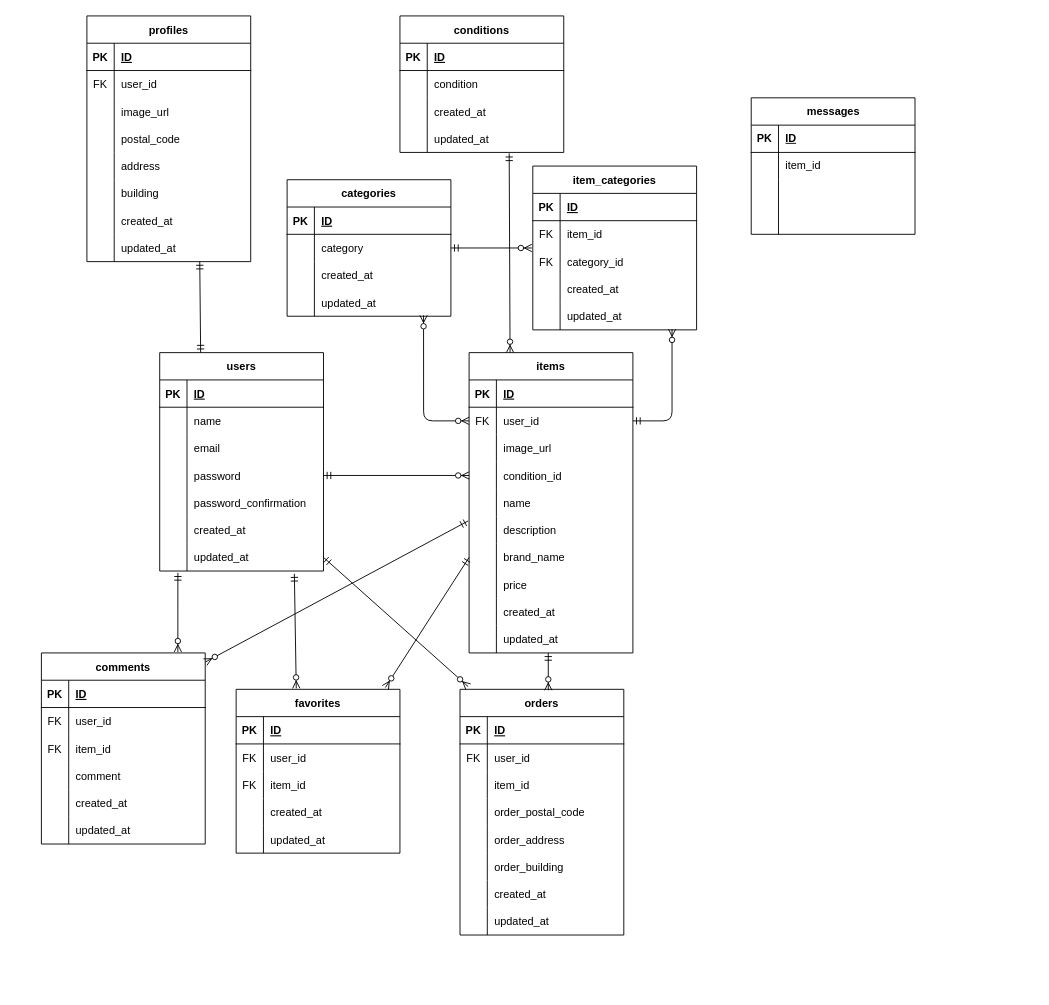
This is diagram.drawio from butterfly-39/mock_project1_20250127, a draw.io file, before an edit. Source tidied: cells renumbered, new cells numbered last; positions are measured from the earlier drawing's top-left corner, leaving out a move shared by most shapes. Both pictures are drawn from the tidied source at 91%, with x=0, y=0 at pixel (41, 15).
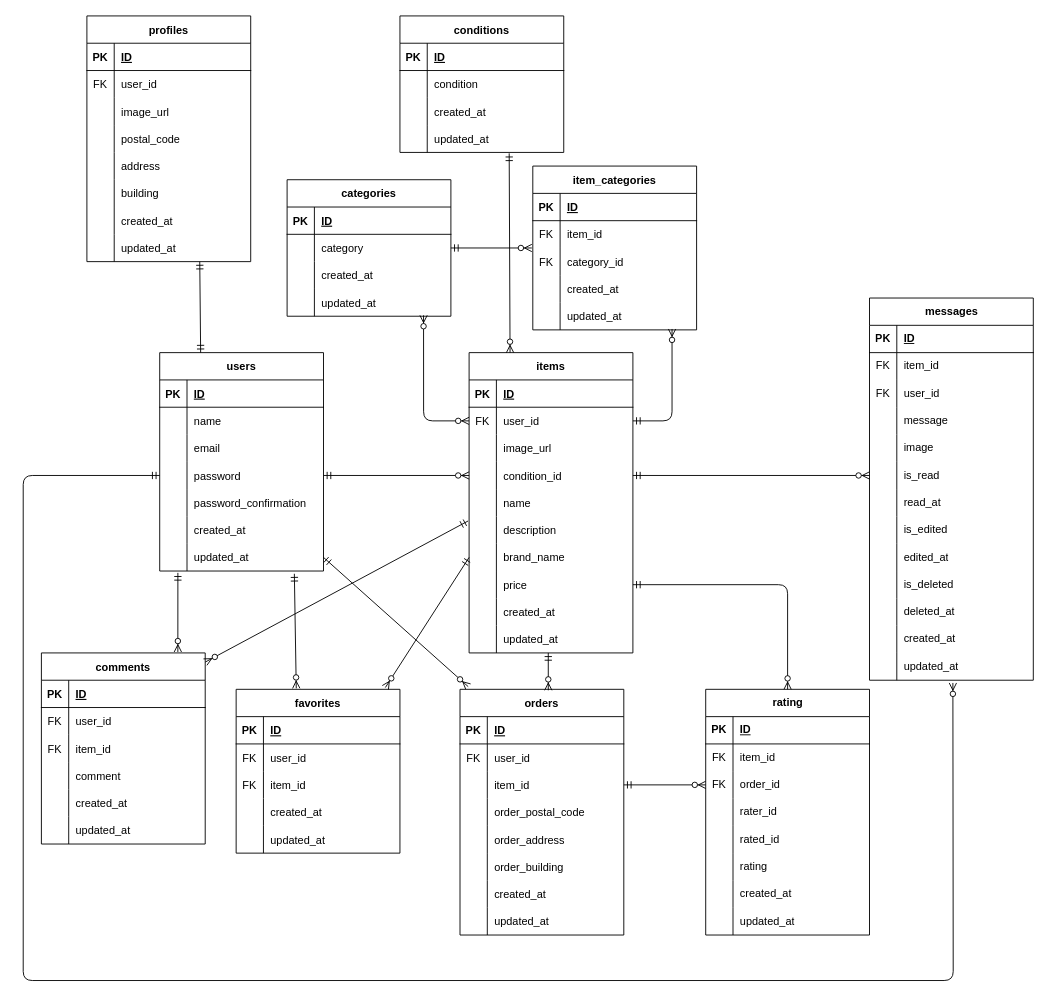
The same page after the edit.

Unchanged cells that the change refers to:
```xml
<mxCell id="9" style="shape=tableRow;horizontal=0;startSize=0;swimlaneHead=0;swimlaneBody=0;fillColor=none;points=[[0,0.5],[1,0.5]];portConstraint=eastwest;top=0;left=0;right=0;bottom=0;rounded=0;" parent="2" vertex="1">
  <mxGeometry y="90" width="180" height="30" as="geometry" />
</mxCell>
<mxCell id="72" style="shape=tableRow;horizontal=0;startSize=0;swimlaneHead=0;swimlaneBody=0;fillColor=none;points=[[0,0.5],[1,0.5]];portConstraint=eastwest;top=0;left=0;right=0;bottom=0;rounded=0;" parent="62" vertex="1">
  <mxGeometry y="120" width="180" height="30" as="geometry" />
</mxCell>
<mxCell id="84" style="shape=tableRow;horizontal=0;startSize=0;swimlaneHead=0;swimlaneBody=0;fillColor=none;points=[[0,0.5],[1,0.5]];portConstraint=eastwest;top=0;left=0;right=0;bottom=0;rounded=0;" parent="62" vertex="1">
  <mxGeometry y="240" width="180" height="30" as="geometry" />
</mxCell>
<mxCell id="129" style="shape=tableRow;horizontal=0;startSize=0;swimlaneHead=0;swimlaneBody=0;fillColor=none;points=[[0,0.5],[1,0.5]];portConstraint=eastwest;top=0;left=0;right=0;bottom=0;rounded=0;" parent="119" vertex="1">
  <mxGeometry y="120" width="180" height="30" as="geometry" />
</mxCell>
<mxCell id="198" style="shape=tableRow;horizontal=0;startSize=0;swimlaneHead=0;swimlaneBody=0;fillColor=none;top=0;left=0;right=0;bottom=0;" parent="194" vertex="1">
  <mxGeometry y="60" width="180" height="30" as="geometry" />
</mxCell>
<mxCell id="201" style="shape=tableRow;horizontal=0;startSize=0;swimlaneHead=0;swimlaneBody=0;fillColor=none;top=0;left=0;right=0;bottom=0;" parent="194" vertex="1">
  <mxGeometry y="90" width="180" height="30" as="geometry" />
</mxCell>
<mxCell id="204" style="shape=tableRow;horizontal=0;startSize=0;swimlaneHead=0;swimlaneBody=0;fillColor=none;top=0;left=0;right=0;bottom=0;" parent="194" vertex="1">
  <mxGeometry y="120" width="180" height="30" as="geometry" />
</mxCell>
```

What changed in the source:
```diff
@@
     <mxCell id="194" value="messages" style="shape=table;startSize=30;childLayout=tableLayout;rowLines=0;fontStyle=1;align=center;html=1;" parent="1" vertex="1">
-      <mxGeometry x="780" y="90" width="180" height="150" as="geometry" />
+      <mxGeometry x="910" y="310" width="180" height="420" as="geometry" />
     </mxCell>
@@
-    <mxCell id="199" style="shape=partialRectangle;fillColor=none;top=0;left=0;bottom=0;right=0;overflow=hidden;whiteSpace=wrap;html=1;" parent="198" vertex="1">
+    <mxCell id="199" value="FK" style="shape=partialRectangle;fillColor=none;top=0;left=0;bottom=0;right=0;overflow=hidden;whiteSpace=wrap;html=1;" parent="198" vertex="1">
       <mxGeometry width="30" height="30" as="geometry" />
     </mxCell>
@@
-    <mxCell id="202" style="shape=partialRectangle;fillColor=none;top=0;left=0;bottom=0;right=0;overflow=hidden;whiteSpace=wrap;html=1;" parent="201" vertex="1">
+    <mxCell id="202" value="FK" style="shape=partialRectangle;fillColor=none;top=0;left=0;bottom=0;right=0;overflow=hidden;whiteSpace=wrap;html=1;" parent="201" vertex="1">
       <mxGeometry width="30" height="30" as="geometry" />
     </mxCell>
-    <mxCell id="203" style="shape=partialRectangle;fillColor=none;top=0;left=0;bottom=0;right=0;align=left;spacingLeft=6;overflow=hidden;whiteSpace=wrap;html=1;" parent="201" vertex="1">
+    <mxCell id="203" value="user_id" style="shape=partialRectangle;fillColor=none;top=0;left=0;bottom=0;right=0;align=left;spacingLeft=6;overflow=hidden;whiteSpace=wrap;html=1;" parent="201" vertex="1">
       <mxGeometry x="30" width="150" height="30" as="geometry" />
     </mxCell>
@@
-    <mxCell id="206" style="shape=partialRectangle;fillColor=none;top=0;left=0;bottom=0;right=0;align=left;spacingLeft=6;overflow=hidden;whiteSpace=wrap;html=1;" parent="204" vertex="1">
+    <mxCell id="206" value="message" style="shape=partialRectangle;fillColor=none;top=0;left=0;bottom=0;right=0;align=left;spacingLeft=6;overflow=hidden;whiteSpace=wrap;html=1;" parent="204" vertex="1">
       <mxGeometry x="30" width="150" height="30" as="geometry" />
     </mxCell>
+    <mxCell id="207" style="shape=tableRow;horizontal=0;startSize=0;swimlaneHead=0;swimlaneBody=0;fillColor=none;top=0;left=0;right=0;bottom=0;" parent="194" vertex="1">
+      <mxGeometry y="150" width="180" height="30" as="geometry" />
+    </mxCell>
+    <mxCell id="208" style="shape=partialRectangle;fillColor=none;top=0;left=0;bottom=0;right=0;overflow=hidden;whiteSpace=wrap;html=1;" parent="207" vertex="1">
+      <mxGeometry width="30" height="30" as="geometry" />
+    </mxCell>
+    <mxCell id="209" value="image" style="shape=partialRectangle;fillColor=none;top=0;left=0;bottom=0;right=0;align=left;spacingLeft=6;overflow=hidden;whiteSpace=wrap;html=1;" parent="207" vertex="1">
+      <mxGeometry x="30" width="150" height="30" as="geometry" />
+    </mxCell>
+    <mxCell id="210" style="shape=tableRow;horizontal=0;startSize=0;swimlaneHead=0;swimlaneBody=0;fillColor=none;points=[[0,0.5],[1,0.5]];portConstraint=eastwest;top=0;left=0;right=0;bottom=0;" parent="194" vertex="1">
+      <mxGeometry y="180" width="180" height="30" as="geometry" />
+    </mxCell>
+    <mxCell id="211" style="shape=partialRectangle;fillColor=none;top=0;left=0;bottom=0;right=0;overflow=hidden;whiteSpace=wrap;html=1;" parent="210" vertex="1">
+      <mxGeometry width="30" height="30" as="geometry" />
+    </mxCell>
+    <mxCell id="212" value="is_read" style="shape=partialRectangle;fillColor=none;top=0;left=0;bottom=0;right=0;align=left;spacingLeft=6;overflow=hidden;whiteSpace=wrap;html=1;" parent="210" vertex="1">
+      <mxGeometry x="30" width="150" height="30" as="geometry" />
+    </mxCell>
+    <mxCell id="213" style="shape=tableRow;horizontal=0;startSize=0;swimlaneHead=0;swimlaneBody=0;fillColor=none;top=0;left=0;right=0;bottom=0;" parent="194" vertex="1">
+      <mxGeometry y="210" width="180" height="30" as="geometry" />
+    </mxCell>
+    <mxCell id="214" style="shape=partialRectangle;fillColor=none;top=0;left=0;bottom=0;right=0;overflow=hidden;whiteSpace=wrap;html=1;" parent="213" vertex="1">
+      <mxGeometry width="30" height="30" as="geometry" />
+    </mxCell>
+    <mxCell id="215" value="read_at" style="shape=partialRectangle;fillColor=none;top=0;left=0;bottom=0;right=0;align=left;spacingLeft=6;overflow=hidden;whiteSpace=wrap;html=1;" parent="213" vertex="1">
+      <mxGeometry x="30" width="150" height="30" as="geometry" />
+    </mxCell>
+    <mxCell id="216" style="shape=tableRow;horizontal=0;startSize=0;swimlaneHead=0;swimlaneBody=0;fillColor=none;top=0;left=0;right=0;bottom=0;" parent="194" vertex="1">
+      <mxGeometry y="240" width="180" height="30" as="geometry" />
+    </mxCell>
+    <mxCell id="217" style="shape=partialRectangle;fillColor=none;top=0;left=0;bottom=0;right=0;overflow=hidden;whiteSpace=wrap;html=1;" parent="216" vertex="1">
+      <mxGeometry width="30" height="30" as="geometry" />
+    </mxCell>
+    <mxCell id="218" value="is_edited" style="shape=partialRectangle;fillColor=none;top=0;left=0;bottom=0;right=0;align=left;spacingLeft=6;overflow=hidden;whiteSpace=wrap;html=1;" parent="216" vertex="1">
+      <mxGeometry x="30" width="150" height="30" as="geometry" />
+    </mxCell>
+    <mxCell id="219" style="shape=tableRow;horizontal=0;startSize=0;swimlaneHead=0;swimlaneBody=0;fillColor=none;top=0;left=0;right=0;bottom=0;" parent="194" vertex="1">
+      <mxGeometry y="270" width="180" height="30" as="geometry" />
+    </mxCell>
+    <mxCell id="220" style="shape=partialRectangle;fillColor=none;top=0;left=0;bottom=0;right=0;overflow=hidden;whiteSpace=wrap;html=1;" parent="219" vertex="1">
+      <mxGeometry width="30" height="30" as="geometry" />
+    </mxCell>
+    <mxCell id="221" value="edited_at" style="shape=partialRectangle;fillColor=none;top=0;left=0;bottom=0;right=0;align=left;spacingLeft=6;overflow=hidden;whiteSpace=wrap;html=1;" parent="219" vertex="1">
+      <mxGeometry x="30" width="150" height="30" as="geometry" />
+    </mxCell>
+    <mxCell id="222" style="shape=tableRow;horizontal=0;startSize=0;swimlaneHead=0;swimlaneBody=0;fillColor=none;top=0;left=0;right=0;bottom=0;" parent="194" vertex="1">
+      <mxGeometry y="300" width="180" height="30" as="geometry" />
+    </mxCell>
+    <mxCell id="223" style="shape=partialRectangle;fillColor=none;top=0;left=0;bottom=0;right=0;overflow=hidden;whiteSpace=wrap;html=1;" parent="222" vertex="1">
+      <mxGeometry width="30" height="30" as="geometry" />
+    </mxCell>
+    <mxCell id="224" value="is_deleted" style="shape=partialRectangle;fillColor=none;top=0;left=0;bottom=0;right=0;align=left;spacingLeft=6;overflow=hidden;whiteSpace=wrap;html=1;" parent="222" vertex="1">
+      <mxGeometry x="30" width="150" height="30" as="geometry" />
+    </mxCell>
+    <mxCell id="225" style="shape=tableRow;horizontal=0;startSize=0;swimlaneHead=0;swimlaneBody=0;fillColor=none;top=0;left=0;right=0;bottom=0;" parent="194" vertex="1">
+      <mxGeometry y="330" width="180" height="30" as="geometry" />
+    </mxCell>
+    <mxCell id="226" style="shape=partialRectangle;fillColor=none;top=0;left=0;bottom=0;right=0;overflow=hidden;whiteSpace=wrap;html=1;" parent="225" vertex="1">
+      <mxGeometry width="30" height="30" as="geometry" />
+    </mxCell>
+    <mxCell id="227" value="deleted_at" style="shape=partialRectangle;fillColor=none;top=0;left=0;bottom=0;right=0;align=left;spacingLeft=6;overflow=hidden;whiteSpace=wrap;html=1;" parent="225" vertex="1">
+      <mxGeometry x="30" width="150" height="30" as="geometry" />
+    </mxCell>
+    <mxCell id="228" style="shape=tableRow;horizontal=0;startSize=0;swimlaneHead=0;swimlaneBody=0;fillColor=none;top=0;left=0;right=0;bottom=0;" parent="194" vertex="1">
+      <mxGeometry y="360" width="180" height="30" as="geometry" />
+    </mxCell>
+    <mxCell id="229" style="shape=partialRectangle;fillColor=none;top=0;left=0;bottom=0;right=0;overflow=hidden;whiteSpace=wrap;html=1;" parent="228" vertex="1">
+      <mxGeometry width="30" height="30" as="geometry" />
+    </mxCell>
+    <mxCell id="230" value="&lt;span style=&quot;color: rgb(0, 0, 0); text-wrap-mode: nowrap;&quot;&gt;created_at&lt;/span&gt;" style="shape=partialRectangle;fillColor=none;top=0;left=0;bottom=0;right=0;align=left;spacingLeft=6;overflow=hidden;whiteSpace=wrap;html=1;" parent="228" vertex="1">
+      <mxGeometry x="30" width="150" height="30" as="geometry" />
+    </mxCell>
+    <mxCell id="231" style="shape=tableRow;horizontal=0;startSize=0;swimlaneHead=0;swimlaneBody=0;fillColor=none;points=[[0,0.5],[1,0.5]];portConstraint=eastwest;top=0;left=0;right=0;bottom=0;" parent="194" vertex="1">
+      <mxGeometry y="390" width="180" height="30" as="geometry" />
+    </mxCell>
+    <mxCell id="232" style="shape=partialRectangle;fillColor=none;top=0;left=0;bottom=0;right=0;overflow=hidden;whiteSpace=wrap;html=1;" parent="231" vertex="1">
+      <mxGeometry width="30" height="30" as="geometry" />
+    </mxCell>
+    <mxCell id="233" value="&lt;span style=&quot;color: rgb(0, 0, 0); text-wrap-mode: nowrap;&quot;&gt;updated_at&lt;/span&gt;" style="shape=partialRectangle;fillColor=none;top=0;left=0;bottom=0;right=0;align=left;spacingLeft=6;overflow=hidden;whiteSpace=wrap;html=1;" parent="231" vertex="1">
+      <mxGeometry x="30" width="150" height="30" as="geometry" />
+    </mxCell>
+    <mxCell id="234" value="rating" style="shape=table;startSize=30;childLayout=tableLayout;rowLines=0;fontStyle=1;align=center;html=1;" parent="1" vertex="1">
+      <mxGeometry x="730" y="740" width="180" height="270" as="geometry" />
+    </mxCell>
+    <mxCell id="235" style="shape=tableRow;horizontal=0;startSize=0;swimlaneHead=0;swimlaneBody=0;fillColor=none;top=0;left=0;right=0;bottom=1;" parent="234" vertex="1">
+      <mxGeometry y="30" width="180" height="30" as="geometry" />
+    </mxCell>
+    <mxCell id="236" value="PK" style="shape=partialRectangle;fillColor=none;top=0;left=0;bottom=0;right=0;fontStyle=1;overflow=hidden;whiteSpace=wrap;html=1;" parent="235" vertex="1">
+      <mxGeometry width="30" height="30" as="geometry" />
+    </mxCell>
+    <mxCell id="237" value="ID" style="shape=partialRectangle;fillColor=none;top=0;left=0;bottom=0;right=0;align=left;spacingLeft=6;fontStyle=5;overflow=hidden;whiteSpace=wrap;html=1;" parent="235" vertex="1">
+      <mxGeometry x="30" width="150" height="30" as="geometry" />
+    </mxCell>
+    <mxCell id="238" style="shape=tableRow;horizontal=0;startSize=0;swimlaneHead=0;swimlaneBody=0;fillColor=none;top=0;left=0;right=0;bottom=0;" parent="234" vertex="1">
+      <mxGeometry y="60" width="180" height="30" as="geometry" />
+    </mxCell>
+    <mxCell id="239" value="FK" style="shape=partialRectangle;fillColor=none;top=0;left=0;bottom=0;right=0;overflow=hidden;whiteSpace=wrap;html=1;" parent="238" vertex="1">
+      <mxGeometry width="30" height="30" as="geometry" />
+    </mxCell>
+    <mxCell id="240" value="&lt;span style=&quot;color: rgb(0, 0, 0);&quot;&gt;item_id&lt;/span&gt;" style="shape=partialRectangle;fillColor=none;top=0;left=0;bottom=0;right=0;align=left;spacingLeft=6;overflow=hidden;whiteSpace=wrap;html=1;" parent="238" vertex="1">
+      <mxGeometry x="30" width="150" height="30" as="geometry" />
+    </mxCell>
+    <mxCell id="241" style="shape=tableRow;horizontal=0;startSize=0;swimlaneHead=0;swimlaneBody=0;fillColor=none;points=[[0,0.5],[1,0.5]];portConstraint=eastwest;top=0;left=0;right=0;bottom=0;" parent="234" vertex="1">
+      <mxGeometry y="90" width="180" height="30" as="geometry" />
+    </mxCell>
+    <mxCell id="242" value="FK" style="shape=partialRectangle;fillColor=none;top=0;left=0;bottom=0;right=0;overflow=hidden;whiteSpace=wrap;html=1;" parent="241" vertex="1">
+      <mxGeometry width="30" height="30" as="geometry" />
+    </mxCell>
+    <mxCell id="243" value="order_id" style="shape=partialRectangle;fillColor=none;top=0;left=0;bottom=0;right=0;align=left;spacingLeft=6;overflow=hidden;whiteSpace=wrap;html=1;" parent="241" vertex="1">
+      <mxGeometry x="30" width="150" height="30" as="geometry" />
+    </mxCell>
+    <mxCell id="244" style="shape=tableRow;horizontal=0;startSize=0;swimlaneHead=0;swimlaneBody=0;fillColor=none;top=0;left=0;right=0;bottom=0;" parent="234" vertex="1">
+      <mxGeometry y="120" width="180" height="30" as="geometry" />
+    </mxCell>
+    <mxCell id="245" style="shape=partialRectangle;fillColor=none;top=0;left=0;bottom=0;right=0;overflow=hidden;whiteSpace=wrap;html=1;" parent="244" vertex="1">
+      <mxGeometry width="30" height="30" as="geometry" />
+    </mxCell>
+    <mxCell id="246" value="rater_id" style="shape=partialRectangle;fillColor=none;top=0;left=0;bottom=0;right=0;align=left;spacingLeft=6;overflow=hidden;whiteSpace=wrap;html=1;" parent="244" vertex="1">
+      <mxGeometry x="30" width="150" height="30" as="geometry" />
+    </mxCell>
+    <mxCell id="247" style="shape=tableRow;horizontal=0;startSize=0;swimlaneHead=0;swimlaneBody=0;fillColor=none;top=0;left=0;right=0;bottom=0;" parent="234" vertex="1">
+      <mxGeometry y="150" width="180" height="30" as="geometry" />
+    </mxCell>
+    <mxCell id="248" style="shape=partialRectangle;fillColor=none;top=0;left=0;bottom=0;right=0;overflow=hidden;whiteSpace=wrap;html=1;" parent="247" vertex="1">
+      <mxGeometry width="30" height="30" as="geometry" />
+    </mxCell>
+    <mxCell id="249" value="rated_id" style="shape=partialRectangle;fillColor=none;top=0;left=0;bottom=0;right=0;align=left;spacingLeft=6;overflow=hidden;whiteSpace=wrap;html=1;" parent="247" vertex="1">
+      <mxGeometry x="30" width="150" height="30" as="geometry" />
+    </mxCell>
+    <mxCell id="250" style="shape=tableRow;horizontal=0;startSize=0;swimlaneHead=0;swimlaneBody=0;fillColor=none;top=0;left=0;right=0;bottom=0;" parent="234" vertex="1">
+      <mxGeometry y="180" width="180" height="30" as="geometry" />
+    </mxCell>
+    <mxCell id="251" style="shape=partialRectangle;fillColor=none;top=0;left=0;bottom=0;right=0;overflow=hidden;whiteSpace=wrap;html=1;" parent="250" vertex="1">
+      <mxGeometry width="30" height="30" as="geometry" />
+    </mxCell>
+    <mxCell id="252" value="rating" style="shape=partialRectangle;fillColor=none;top=0;left=0;bottom=0;right=0;align=left;spacingLeft=6;overflow=hidden;whiteSpace=wrap;html=1;" parent="250" vertex="1">
+      <mxGeometry x="30" width="150" height="30" as="geometry" />
+    </mxCell>
+    <mxCell id="253" style="shape=tableRow;horizontal=0;startSize=0;swimlaneHead=0;swimlaneBody=0;fillColor=none;top=0;left=0;right=0;bottom=0;" parent="234" vertex="1">
+      <mxGeometry y="210" width="180" height="30" as="geometry" />
+    </mxCell>
+    <mxCell id="254" style="shape=partialRectangle;fillColor=none;top=0;left=0;bottom=0;right=0;overflow=hidden;whiteSpace=wrap;html=1;" parent="253" vertex="1">
+      <mxGeometry width="30" height="30" as="geometry" />
+    </mxCell>
+    <mxCell id="255" value="&lt;span style=&quot;color: rgb(0, 0, 0); text-wrap-mode: nowrap;&quot;&gt;created_at&lt;/span&gt;" style="shape=partialRectangle;fillColor=none;top=0;left=0;bottom=0;right=0;align=left;spacingLeft=6;overflow=hidden;whiteSpace=wrap;html=1;" parent="253" vertex="1">
+      <mxGeometry x="30" width="150" height="30" as="geometry" />
+    </mxCell>
+    <mxCell id="256" style="shape=tableRow;horizontal=0;startSize=0;swimlaneHead=0;swimlaneBody=0;fillColor=none;top=0;left=0;right=0;bottom=0;" parent="234" vertex="1">
+      <mxGeometry y="240" width="180" height="30" as="geometry" />
+    </mxCell>
+    <mxCell id="257" style="shape=partialRectangle;fillColor=none;top=0;left=0;bottom=0;right=0;overflow=hidden;whiteSpace=wrap;html=1;" parent="256" vertex="1">
+      <mxGeometry width="30" height="30" as="geometry" />
+    </mxCell>
+    <mxCell id="258" value="&lt;span style=&quot;color: rgb(0, 0, 0); text-wrap-mode: nowrap;&quot;&gt;updated_at&lt;/span&gt;" style="shape=partialRectangle;fillColor=none;top=0;left=0;bottom=0;right=0;align=left;spacingLeft=6;overflow=hidden;whiteSpace=wrap;html=1;" parent="256" vertex="1">
+      <mxGeometry x="30" width="150" height="30" as="geometry" />
+    </mxCell>
+    <mxCell id="259" style="fontSize=12;html=1;endArrow=ERzeroToMany;startArrow=ERmandOne;exitX=1;exitY=0.5;exitDx=0;exitDy=0;entryX=0;entryY=0.5;entryDx=0;entryDy=0;" parent="1" edge="1" source="72" target="210">
+      <mxGeometry relative="1" as="geometry" />
+    </mxCell>
+    <mxCell id="260" style="fontSize=12;html=1;endArrow=ERzeroToMany;startArrow=ERmandOne;exitX=0;exitY=0.5;exitDx=0;exitDy=0;entryX=0.509;entryY=1.1;entryDx=0;entryDy=0;entryPerimeter=0;" parent="1" edge="1" source="129" target="231">
+      <mxGeometry relative="1" as="geometry">
+        <Array as="points">
+          <mxPoint x="-20" y="505" />
+          <mxPoint x="-20" y="1060" />
+          <mxPoint x="1002" y="1060" />
+        </Array>
+      </mxGeometry>
+    </mxCell>
+    <mxCell id="261" style="fontSize=12;html=1;endArrow=ERzeroToMany;startArrow=ERmandOne;exitX=1;exitY=0.5;exitDx=0;exitDy=0;entryX=0.5;entryY=0;entryDx=0;entryDy=0;" parent="1" edge="1" source="84" target="234">
+      <mxGeometry relative="1" as="geometry">
+        <Array as="points">
+          <mxPoint x="820" y="625" />
+        </Array>
+      </mxGeometry>
+    </mxCell>
+    <mxCell id="262" style="fontSize=12;html=1;endArrow=ERzeroToMany;startArrow=ERmandOne;exitX=1;exitY=0.5;exitDx=0;exitDy=0;entryX=0;entryY=0.5;entryDx=0;entryDy=0;" parent="1" edge="1" source="9" target="241">
+      <mxGeometry relative="1" as="geometry" />
+    </mxCell>
```
